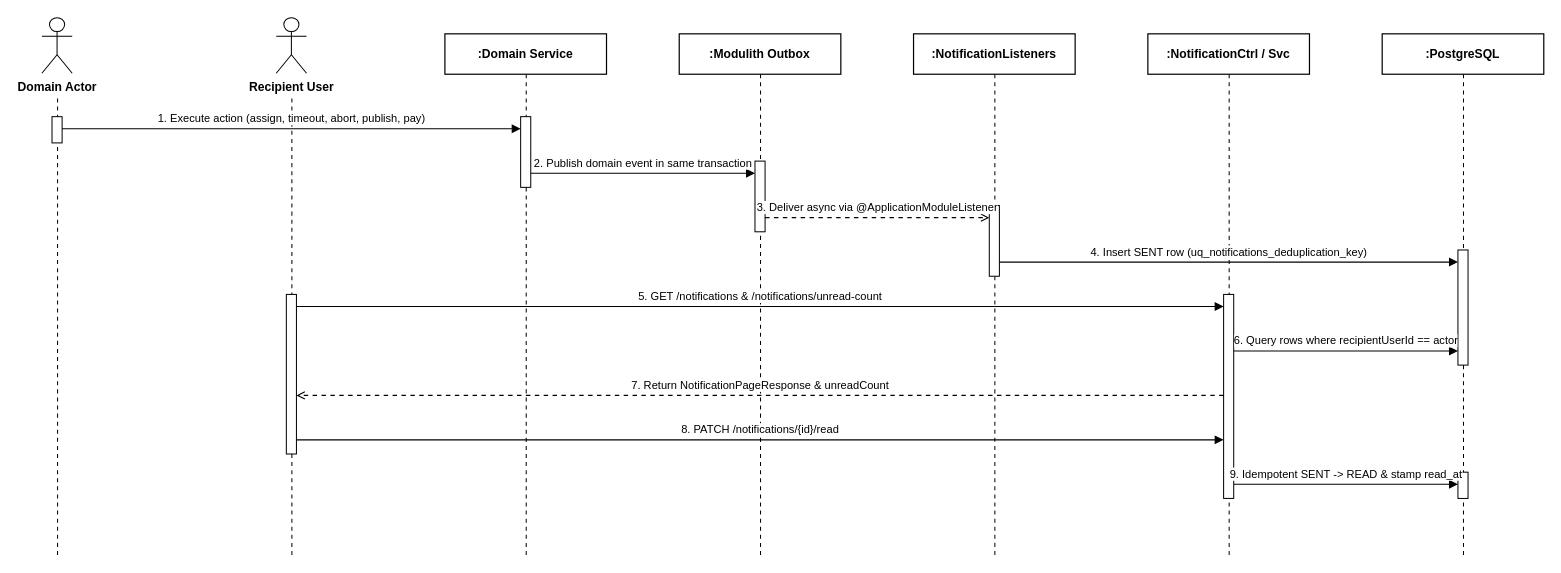
This is page "FE-12 - Event-Driven Notifications" (13 of 26) of diagrams/smartdrone-sequence-diagrams.drawio from tungbach12/SmartDroneInspection-Docs, a draw.io file, before an edit. Source tidied: cells renumbered, new cells numbered last; positions are measured from the earlier drawing's top-left corner, leaving out a move shared by most shapes. Both pictures are drawn from the tidied source at 101%, with x=0, y=0 at pixel (41, 17).
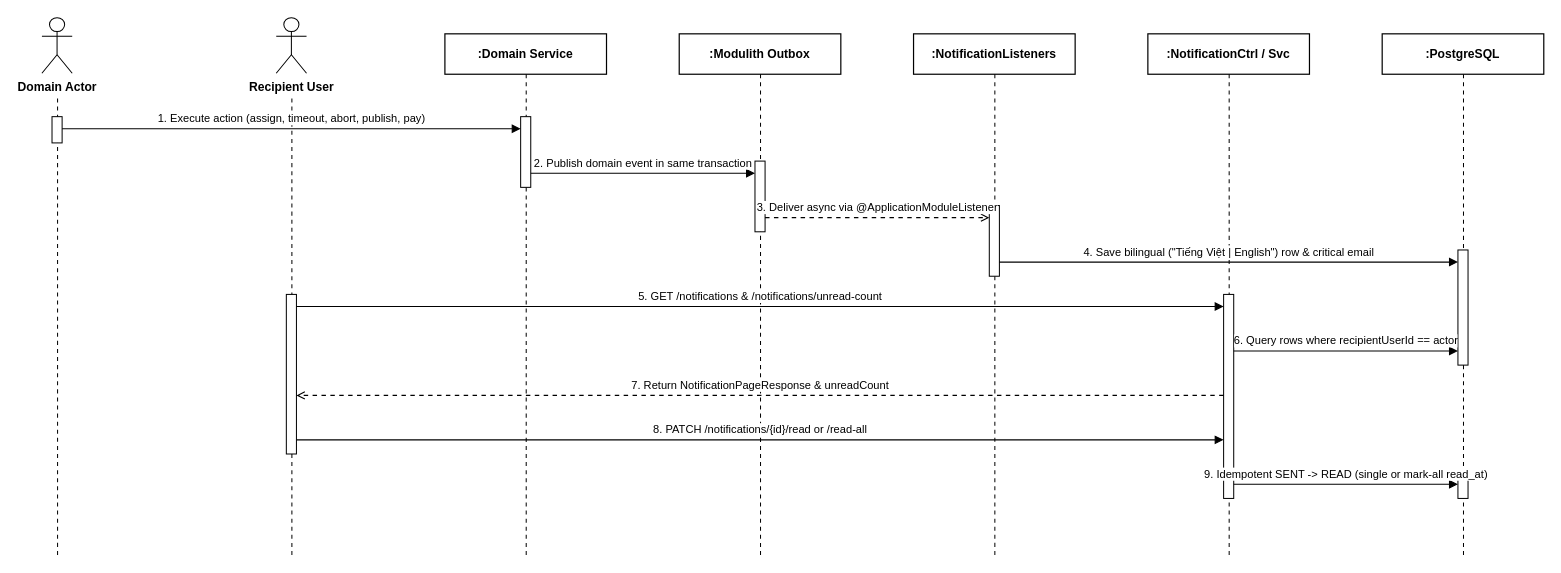
After the change.

Unchanged cells that the change refers to:
```xml
<mxCell id="17" style="rounded=0;whiteSpace=wrap;html=1;fillColor=#ffffff;strokeColor=#000000;strokeWidth=1;" parent="1" vertex="1">
  <mxGeometry x="242" y="274" width="10" height="158" as="geometry" />
</mxCell>
<mxCell id="20" style="rounded=0;whiteSpace=wrap;html=1;fillColor=#ffffff;strokeColor=#000000;strokeWidth=1;" parent="1" vertex="1">
  <mxGeometry x="938" y="186" width="10" height="70" as="geometry" />
</mxCell>
<mxCell id="21" style="rounded=0;whiteSpace=wrap;html=1;fillColor=#ffffff;strokeColor=#000000;strokeWidth=1;" parent="1" vertex="1">
  <mxGeometry x="1170" y="274" width="10" height="202" as="geometry" />
</mxCell>
<mxCell id="22" style="rounded=0;whiteSpace=wrap;html=1;fillColor=#ffffff;strokeColor=#000000;strokeWidth=1;" parent="1" vertex="1">
  <mxGeometry x="1402" y="230" width="10" height="114" as="geometry" />
</mxCell>
<mxCell id="23" style="rounded=0;whiteSpace=wrap;html=1;fillColor=#ffffff;strokeColor=#000000;strokeWidth=1;" parent="1" vertex="1">
  <mxGeometry x="1402" y="450" width="10" height="26" as="geometry" />
</mxCell>
```

The edit, as a diff of the source:
```diff
@@
-    <mxCell id="27" value="4. Insert SENT row (uq_notifications_deduplication_key)" style="edgeStyle=orthogonalEdgeStyle;rounded=0;html=1;endArrow=block;endFill=1;strokeColor=#000000;strokeWidth=1.1;fontColor=#000000;fontFamily=Helvetica;fontSize=11;labelBackgroundColor=#ffffff;exitX=1;exitY=0.8000;exitDx=0;exitDy=0;entryX=0;entryY=0.1053;entryDx=0;entryDy=0;" parent="1" edge="1" source="20" target="22">
+    <mxCell id="27" value="4. Save bilingual (&quot;Tiếng Việt | English&quot;) row &amp; critical email" style="edgeStyle=orthogonalEdgeStyle;rounded=0;html=1;endArrow=block;endFill=1;strokeColor=#000000;strokeWidth=1.1;fontColor=#000000;fontFamily=Helvetica;fontSize=11;labelBackgroundColor=#ffffff;exitX=1;exitY=0.8000;exitDx=0;exitDy=0;entryX=0;entryY=0.1053;entryDx=0;entryDy=0;" parent="1" edge="1" source="20" target="22">
       <mxGeometry relative="1" as="geometry">
         <mxPoint y="-10" as="offset" />
       </mxGeometry>
     </mxCell>
@@
-    <mxCell id="31" value="8. PATCH /notifications/{id}/read" style="edgeStyle=orthogonalEdgeStyle;rounded=0;html=1;endArrow=block;endFill=1;strokeColor=#000000;strokeWidth=1.1;fontColor=#000000;fontFamily=Helvetica;fontSize=11;labelBackgroundColor=#ffffff;exitX=1;exitY=0.9114;exitDx=0;exitDy=0;entryX=0;entryY=0.7129;entryDx=0;entryDy=0;" parent="1" edge="1" source="17" target="21">
+    <mxCell id="31" value="8. PATCH /notifications/{id}/read or /read-all" style="edgeStyle=orthogonalEdgeStyle;rounded=0;html=1;endArrow=block;endFill=1;strokeColor=#000000;strokeWidth=1.1;fontColor=#000000;fontFamily=Helvetica;fontSize=11;labelBackgroundColor=#ffffff;exitX=1;exitY=0.9114;exitDx=0;exitDy=0;entryX=0;entryY=0.7129;entryDx=0;entryDy=0;" parent="1" edge="1" source="17" target="21">
       <mxGeometry relative="1" as="geometry">
         <mxPoint y="-10" as="offset" />
       </mxGeometry>
     </mxCell>
-    <mxCell id="32" value="9. Idempotent SENT -&amp;gt; READ &amp;amp; stamp read_at" style="edgeStyle=orthogonalEdgeStyle;rounded=0;html=1;endArrow=block;endFill=1;strokeColor=#000000;strokeWidth=1.1;fontColor=#000000;fontFamily=Helvetica;fontSize=11;labelBackgroundColor=#ffffff;exitX=1;exitY=0.9307;exitDx=0;exitDy=0;entryX=0;entryY=0.4615;entryDx=0;entryDy=0;" parent="1" edge="1" source="21" target="23">
+    <mxCell id="32" value="9. Idempotent SENT -&gt; READ (single or mark-all read_at)" style="edgeStyle=orthogonalEdgeStyle;rounded=0;html=1;endArrow=block;endFill=1;strokeColor=#000000;strokeWidth=1.1;fontColor=#000000;fontFamily=Helvetica;fontSize=11;labelBackgroundColor=#ffffff;exitX=1;exitY=0.9307;exitDx=0;exitDy=0;entryX=0;entryY=0.4615;entryDx=0;entryDy=0;" parent="1" edge="1" source="21" target="23">
       <mxGeometry relative="1" as="geometry">
         <mxPoint y="-10" as="offset" />
       </mxGeometry>
     </mxCell>
```
